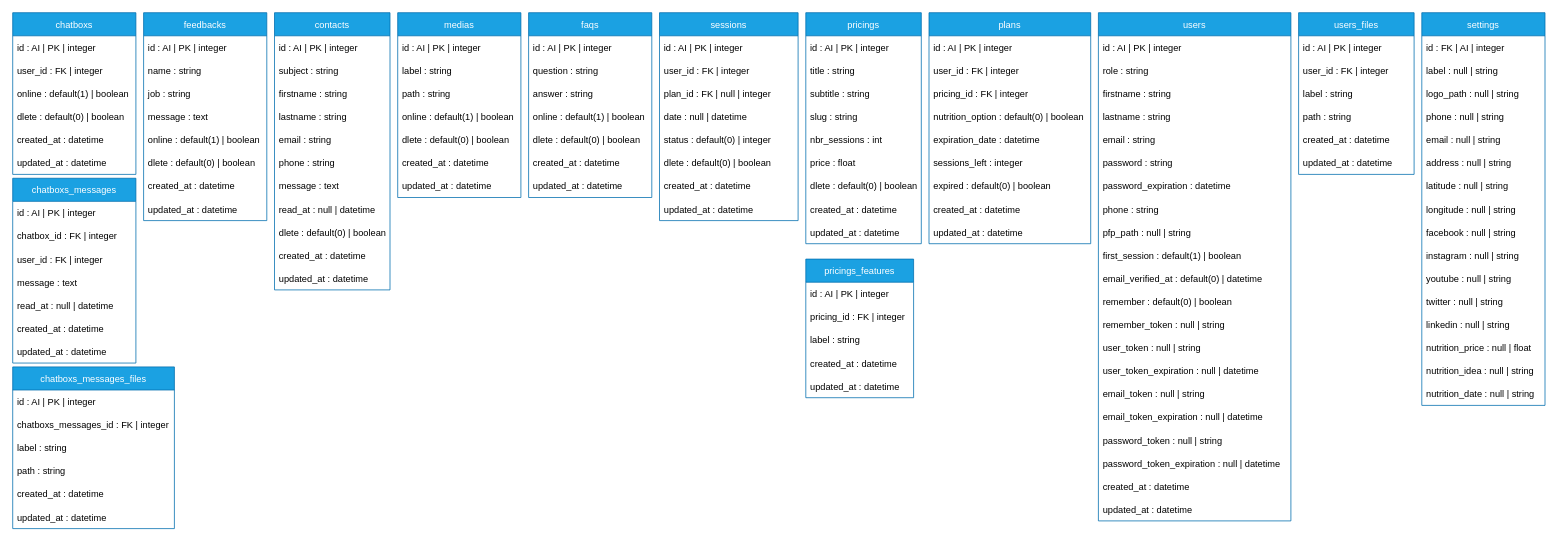
This is page "BDD" (3 of 3) of architecture.drawio from HakimFIDJEL/jcoaching, a draw.io file, before an edit. Source tidied: cells renumbered, new cells numbered last; positions are measured from the earlier drawing's top-left corner, leaving out a move shared by most shapes. Both pictures are drawn from the tidied source at 77%, with x=0, y=0 at pixel (12, 12).
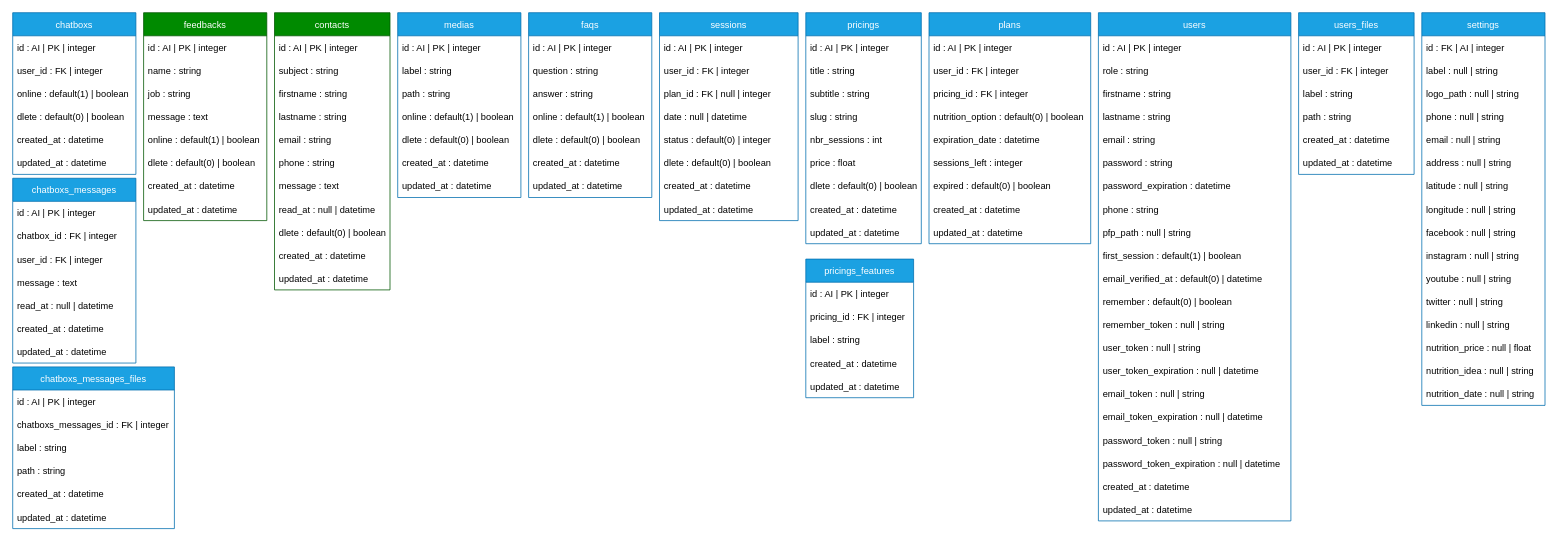
The same page after the edit.

What changed in the source:
```diff
@@
-    <mxCell id="24" value="feedbacks" style="swimlane;fontStyle=0;horizontal=1;startSize=30;fillColor=#1ba1e2;fontColor=#ffffff;strokeColor=#006EAF;" parent="1" vertex="1">
+    <mxCell id="24" value="feedbacks" style="swimlane;fontStyle=0;horizontal=1;startSize=30;fillColor=#008a00;fontColor=#ffffff;strokeColor=#005700;" parent="1" vertex="1">
       <mxGeometry x="170" width="160" height="270" as="geometry" />
     </mxCell>
@@
-    <mxCell id="50" value="contacts" style="swimlane;fontStyle=0;horizontal=1;startSize=30;fillColor=#1ba1e2;fontColor=#ffffff;strokeColor=#006EAF;" parent="1" vertex="1">
+    <mxCell id="50" value="contacts" style="swimlane;fontStyle=0;horizontal=1;startSize=30;fillColor=#008a00;fontColor=#ffffff;strokeColor=#005700;" parent="1" vertex="1">
       <mxGeometry x="340" width="150" height="360" as="geometry" />
     </mxCell>
```
